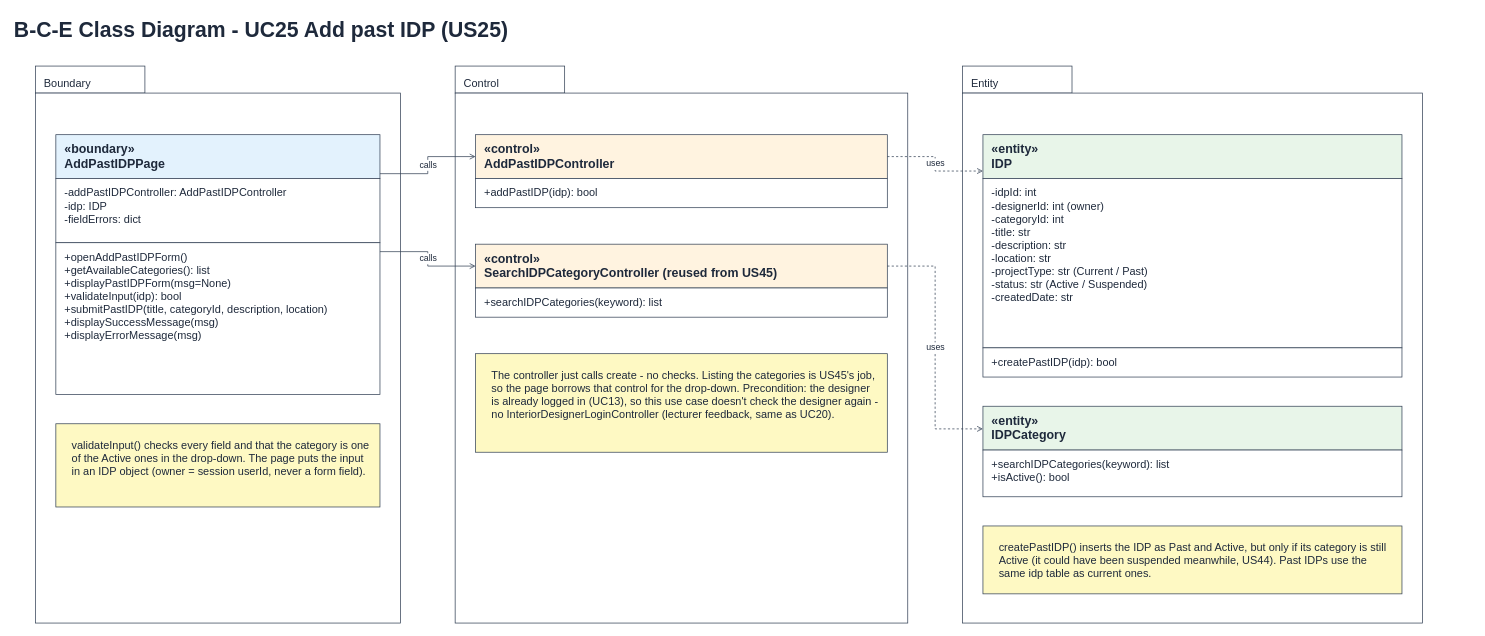
Before: page "5 BCE Class Diagram" (5 of 6) of Sprint_4/US25 - Add Past IDP/US25 Add past IDP.drawio in Hanzxc/CSIT314-ARCHSS, a draw.io diagram. Source tidied: cells renumbered, new cells numbered last; positions are measured from the earlier drawing's top-left corner, leaving out a move shared by most shapes. Both pictures are drawn from the tidied source at 73%, with x=0, y=0 at pixel (12, 12).
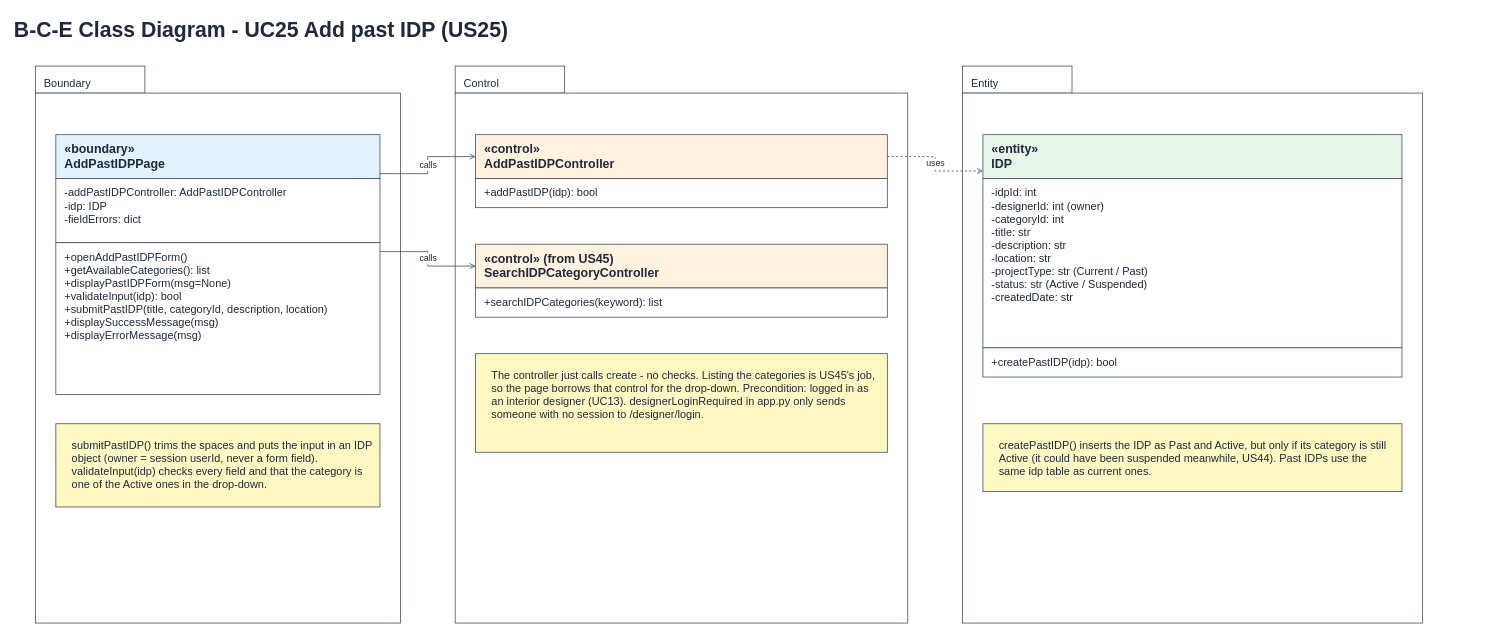
The same page after the edit.

Unchanged cells that the change refers to:
```xml
<mxCell id="19" style="rounded=0;html=1;fillColor=none;strokeColor=none;" parent="1" vertex="1">
  <mxGeometry x="634" y="317" width="564" height="100" as="geometry" />
</mxCell>
```

The edit, as a diff of the source:
```diff
@@
-    <mxCell id="13" value="validateInput() checks every field and that the category is one of the Active ones in the drop-down. The page puts the input in an IDP object (owner = session userId, never a form field)." style="rounded=0;whiteSpace=wrap;html=1;fillColor=#fef9c3;strokeColor=#334155;align=left;verticalAlign=top;spacingLeft=10;spacingTop=4;fontSize=15;fontColor=#1e293b;whiteSpace=wrap;spacing=12;" parent="1" vertex="1">
+    <mxCell id="13" value="submitPastIDP() trims the spaces and puts the input in an IDP object (owner = session userId, never a form field). validateInput(idp) checks every field and that the category is one of the Active ones in the drop-down." style="rounded=0;whiteSpace=wrap;html=1;fillColor=#fef9c3;strokeColor=#334155;align=left;verticalAlign=top;spacingLeft=10;spacingTop=4;fontSize=15;fontColor=#1e293b;whiteSpace=wrap;spacing=12;" parent="1" vertex="1">
       <mxGeometry x="59" y="563" width="444" height="114" as="geometry" />
     </mxCell>
@@
-    <mxCell id="17" value="«control»&lt;br&gt;SearchIDPCategoryController (reused from US45)" style="rounded=0;whiteSpace=wrap;html=1;fillColor=#fff3e0;strokeColor=#334155;align=left;verticalAlign=top;spacingLeft=10;spacingTop=4;fontSize=15;fontColor=#1e293b;fontStyle=1;fontSize=17;" parent="1" vertex="1">
+    <mxCell id="17" value="«control» (from US45)&lt;br&gt;SearchIDPCategoryController" style="rounded=0;whiteSpace=wrap;html=1;fillColor=#fff3e0;strokeColor=#334155;align=left;verticalAlign=top;spacingLeft=10;spacingTop=4;fontSize=15;fontColor=#1e293b;fontStyle=1;fontSize=17;" parent="1" vertex="1">
       <mxGeometry x="634" y="317" width="564" height="60" as="geometry" />
     </mxCell>
@@
-    <mxCell id="20" value="The controller just calls create - no checks. Listing the categories is US45's job, so the page borrows that control for the drop-down. Precondition: the designer is already logged in (UC13), so this use case doesn't check the designer again - no InteriorDesignerLoginController (lecturer feedback, same as UC20)." style="rounded=0;whiteSpace=wrap;html=1;fillColor=#fef9c3;strokeColor=#334155;align=left;verticalAlign=top;spacingLeft=10;spacingTop=4;fontSize=15;fontColor=#1e293b;whiteSpace=wrap;spacing=12;" parent="1" vertex="1">
+    <mxCell id="20" value="The controller just calls create - no checks. Listing the categories is US45's job, so the page borrows that control for the drop-down. Precondition: logged in as an interior designer (UC13). designerLoginRequired in app.py only sends someone with no session to /designer/login." style="rounded=0;whiteSpace=wrap;html=1;fillColor=#fef9c3;strokeColor=#334155;align=left;verticalAlign=top;spacingLeft=10;spacingTop=4;fontSize=15;fontColor=#1e293b;whiteSpace=wrap;spacing=12;" parent="1" vertex="1">
       <mxGeometry x="634" y="467" width="564" height="135" as="geometry" />
     </mxCell>
@@
-    <mxCell id="25" value="«entity»&lt;br&gt;IDPCategory" style="rounded=0;whiteSpace=wrap;html=1;fillColor=#e8f5e9;strokeColor=#334155;align=left;verticalAlign=top;spacingLeft=10;spacingTop=4;fontSize=15;fontColor=#1e293b;fontStyle=1;fontSize=17;" parent="1" vertex="1">
-      <mxGeometry x="1329" y="539" width="574" height="60" as="geometry" />
-    </mxCell>
-    <mxCell id="26" value="+searchIDPCategories(keyword): list&lt;br&gt;+isActive(): bool" style="rounded=0;whiteSpace=wrap;html=1;fillColor=#ffffff;strokeColor=#334155;align=left;verticalAlign=top;spacingLeft=10;spacingTop=4;fontSize=15;fontColor=#1e293b;" parent="1" vertex="1">
-      <mxGeometry x="1329" y="599" width="574" height="64" as="geometry" />
-    </mxCell>
-    <mxCell id="27" style="rounded=0;html=1;fillColor=none;strokeColor=none;" parent="1" vertex="1">
-      <mxGeometry x="1329" y="539" width="574" height="124" as="geometry" />
-    </mxCell>
     <mxCell id="28" value="createPastIDP() inserts the IDP as Past and Active, but only if its category is still Active (it could have been suspended meanwhile, US44). Past IDPs use the same idp table as current ones." style="rounded=0;whiteSpace=wrap;html=1;fillColor=#fef9c3;strokeColor=#334155;align=left;verticalAlign=top;spacingLeft=10;spacingTop=4;fontSize=15;fontColor=#1e293b;whiteSpace=wrap;spacing=12;" parent="1" vertex="1">
-      <mxGeometry x="1329" y="703" width="574" height="93" as="geometry" />
+      <mxGeometry x="1329" y="563" width="574" height="93" as="geometry" />
     </mxCell>
@@
-    <mxCell id="32" value="uses" style="edgeStyle=orthogonalEdgeStyle;rounded=0;html=1;exitX=1;exitY=0.3;exitDx=0;exitDy=0;entryX=0;entryY=0.25;entryDx=0;entryDy=0;endArrow=open;endFill=0;strokeColor=#334155;dashed=1;fontSize=12;fontColor=#1e293b;labelBackgroundColor=#ffffff;" parent="1" edge="1" source="19" target="27">
-      <mxGeometry relative="1" as="geometry" />
-    </mxCell>
```
